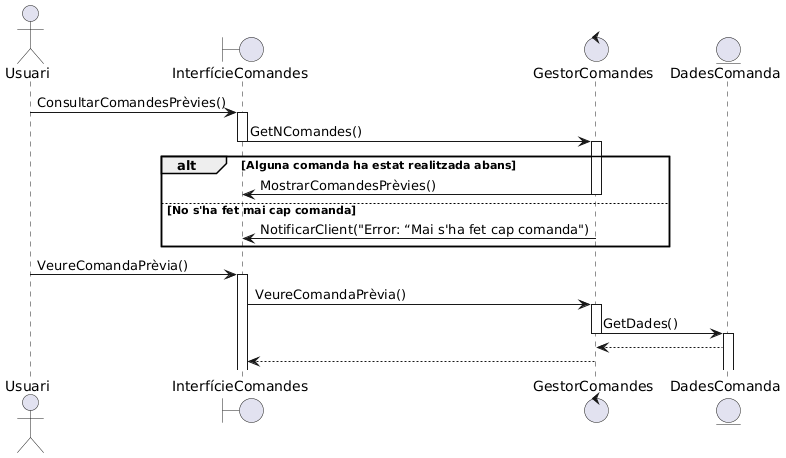
This is documents/Diagrames i Especificacions/Seqüencia/seta/1-Consultar comandes prèvies.png from martipages/ES23UAB431-02, a PlantUML export, as it was before one commit.
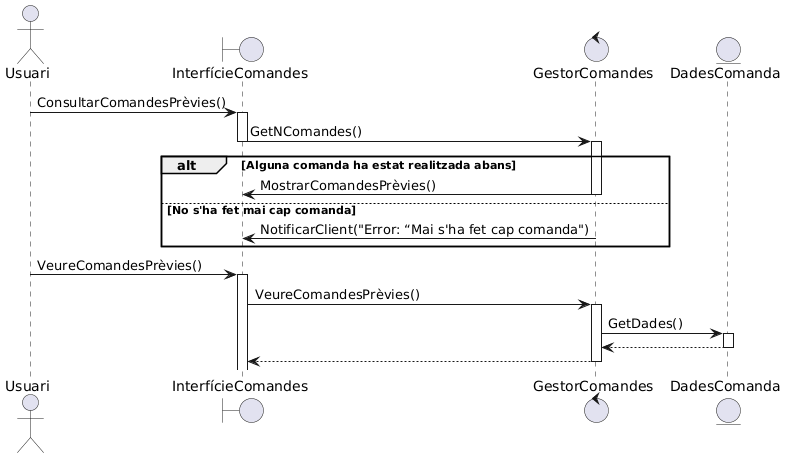
The same file after the commit.

Diff of the diagram source:
```diff
@@ -12,9 +12,9 @@
 GestorComandes->InterfícieComandes: NotificarClient("Error: “Mai s'ha fet cap comanda")
 end
 
-Usuari -> InterfícieComandes++: VeureComandaPrèvia()
-InterfícieComandes -> GestorComandes++: VeureComandaPrèvia()
-GestorComandes -> DadesComanda--++: GetDades()
-DadesComanda --> GestorComandes
-GestorComandes --> InterfícieComandes
+Usuari -> InterfícieComandes ++: VeureComandesPrèvies()
+InterfícieComandes -> GestorComandes ++: VeureComandesPrèvies()
+GestorComandes -> DadesComanda ++: GetDades()
+DadesComanda --> GestorComandes --
+GestorComandes --> InterfícieComandes --:
 @enduml
```
